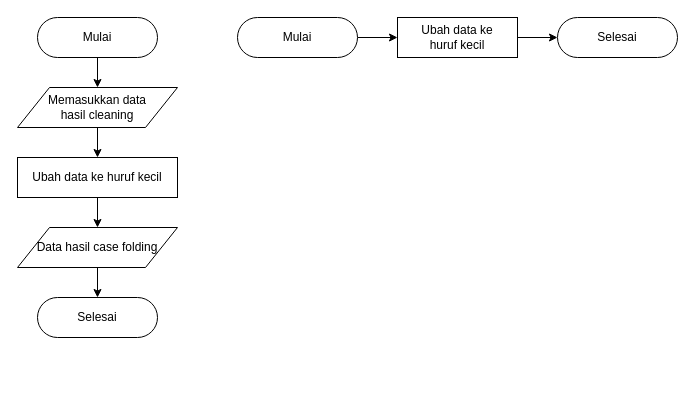
Above: page "Case Folding" (4 of 9) of Untitled Diagram.drawio in mksyfla/analysis-sentiment-using-svm (draw.io), before the change. Source tidied: cells renumbered, new cells numbered last; positions are measured from the earlier drawing's top-left corner, leaving out a move shared by most shapes. Both pictures are drawn from the tidied source at 100%, with x=0, y=0 at pixel (17, 17).
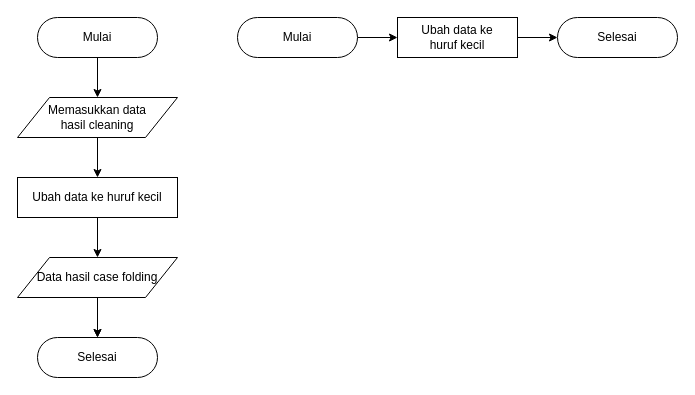
The same page after the edit.

Change to the diagram source:
```diff
@@
 <mxGraphModel>
   <root>
     <mxCell id="0" />
     <mxCell id="1" parent="0" />
     <mxCell id="2" style="edgeStyle=orthogonalEdgeStyle;rounded=0;jettySize=auto;html=1;" parent="1" edge="1" source="3" target="6">
       <mxGeometry relative="1" as="geometry" />
     </mxCell>
     <mxCell id="3" value="Mulai" style="html=1;dashed=0;whiteSpace=wrap;shape=mxgraph.dfd.start;" parent="1" vertex="1">
       <mxGeometry x="220" width="120" height="40" as="geometry" />
     </mxCell>
     <mxCell id="4" value="Selesai" style="html=1;dashed=0;whiteSpace=wrap;shape=mxgraph.dfd.start;" parent="1" vertex="1">
       <mxGeometry x="540" width="120" height="40" as="geometry" />
     </mxCell>
     <mxCell id="5" style="edgeStyle=orthogonalEdgeStyle;rounded=0;jettySize=auto;html=1;" parent="1" edge="1" source="6" target="4">
       <mxGeometry relative="1" as="geometry" />
     </mxCell>
     <mxCell id="6" value="&lt;div&gt;Ubah data ke&lt;/div&gt;&lt;div&gt;huruf kecil&lt;/div&gt;" style="html=1;dashed=0;whiteSpace=wrap;" parent="1" vertex="1">
       <mxGeometry x="380" width="120" height="40" as="geometry" />
     </mxCell>
     <mxCell id="7" style="edgeStyle=orthogonalEdgeStyle;rounded=0;jettySize=auto;html=1;" parent="1" edge="1" source="8" target="13">
       <mxGeometry relative="1" as="geometry" />
     </mxCell>
     <mxCell id="8" value="Mulai" style="html=1;dashed=0;whiteSpace=wrap;shape=mxgraph.dfd.start;" parent="1" vertex="1">
       <mxGeometry x="20" width="120" height="40" as="geometry" />
     </mxCell>
     <mxCell id="9" value="Selesai" style="html=1;dashed=0;whiteSpace=wrap;shape=mxgraph.dfd.start;" parent="1" vertex="1">
-      <mxGeometry x="20" y="280" width="120" height="40" as="geometry" />
+      <mxGeometry x="20" y="320" width="120" height="40" as="geometry" />
     </mxCell>
     <mxCell id="10" style="edgeStyle=orthogonalEdgeStyle;rounded=0;jettySize=auto;html=1;" parent="1" edge="1" source="11" target="15">
       <mxGeometry relative="1" as="geometry" />
     </mxCell>
     <mxCell id="11" value="&lt;div&gt;Ubah data ke&amp;nbsp;huruf kecil&lt;/div&gt;" style="html=1;dashed=0;whiteSpace=wrap;" parent="1" vertex="1">
-      <mxGeometry y="140" width="160" height="40" as="geometry" />
+      <mxGeometry y="160" width="160" height="40" as="geometry" />
     </mxCell>
     <mxCell id="12" style="edgeStyle=orthogonalEdgeStyle;rounded=0;jettySize=auto;html=1;" parent="1" edge="1" source="13" target="11">
       <mxGeometry relative="1" as="geometry" />
     </mxCell>
     <mxCell id="13" value="&lt;div&gt;Memasukkan data&lt;/div&gt;&lt;div&gt;hasil cleaning&lt;/div&gt;" style="shape=parallelogram;perimeter=parallelogramPerimeter;whiteSpace=wrap;html=1;dashed=0;" parent="1" vertex="1">
-      <mxGeometry y="70" width="160" height="40" as="geometry" />
+      <mxGeometry y="80" width="160" height="40" as="geometry" />
     </mxCell>
     <mxCell id="14" style="edgeStyle=orthogonalEdgeStyle;rounded=0;jettySize=auto;html=1;" parent="1" edge="1" source="15" target="9">
       <mxGeometry relative="1" as="geometry" />
     </mxCell>
+    <mxCell id="16" style="edgeStyle=orthogonalEdgeStyle;rounded=0;jettySize=auto;html=1;" parent="1" edge="1" source="15" target="9">
+      <mxGeometry relative="1" as="geometry" />
+    </mxCell>
     <mxCell id="15" value="Data hasil case folding" style="shape=parallelogram;perimeter=parallelogramPerimeter;whiteSpace=wrap;html=1;dashed=0;" parent="1" vertex="1">
-      <mxGeometry y="210" width="160" height="40" as="geometry" />
+      <mxGeometry y="240" width="160" height="40" as="geometry" />
     </mxCell>
   </root>
 </mxGraphModel>
```
